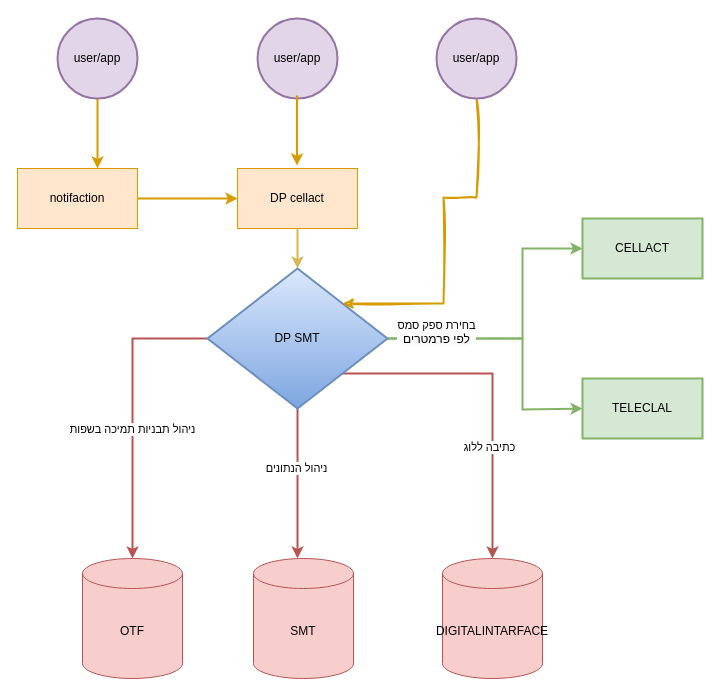
Before: Untitled Diagram.drawio in racheliWeiss/draw.io, a draw.io diagram. Source tidied: cells renumbered, new cells numbered last; positions are measured from the earlier drawing's top-left corner, leaving out a move shared by most shapes. Both pictures are drawn from the tidied source at 100%, with x=0, y=0 at pixel (17, 18).
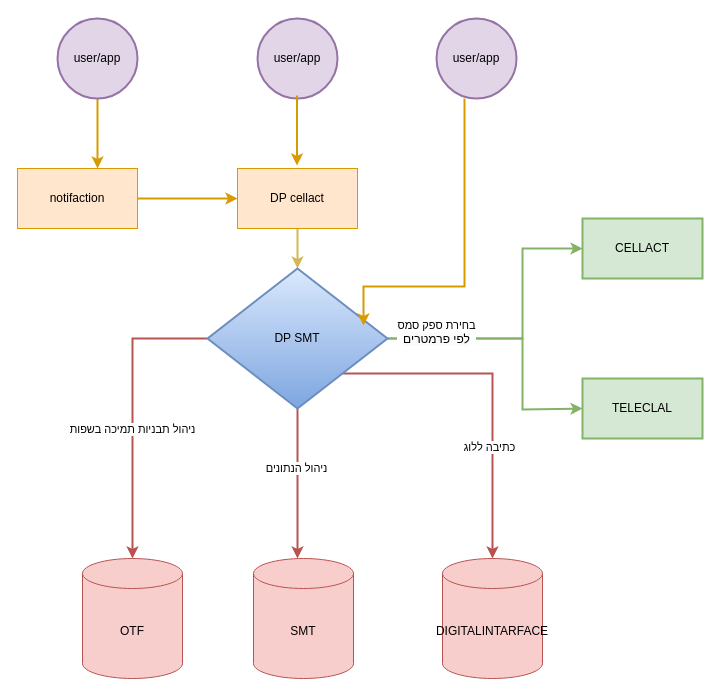
The same page after the edit.

The change refers to these unchanged cells:
```xml
<mxCell id="21" value="DP SMT" style="rhombus;whiteSpace=wrap;html=1;fillColor=#dae8fc;gradientColor=#7ea6e0;strokeColor=#6c8ebf;strokeWidth=2;" parent="1" vertex="1">
  <mxGeometry x="190" y="250" width="180" height="140" as="geometry" />
</mxCell>
<mxCell id="25" value="user/app" style="ellipse;whiteSpace=wrap;html=1;fillColor=#e1d5e7;strokeColor=#9673a6;strokeWidth=2;" parent="1" vertex="1">
  <mxGeometry x="419" width="80" height="80" as="geometry" />
</mxCell>
```

The edit, as a diff of the source:
```diff
@@
-    <mxCell id="24" style="edgeStyle=orthogonalEdgeStyle;rounded=0;sketch=1;hachureGap=4;jiggle=2;curveFitting=1;jettySize=auto;html=1;fontFamily=Architects Daughter;fontSize=16;entryX=1;entryY=0;entryDx=0;entryDy=0;strokeWidth=2;fillColor=#fff2cc;strokeColor=#D79B00;" parent="1" edge="1" source="25" target="21">
-      <mxGeometry relative="1" as="geometry">
-        <Array as="points">
-          <mxPoint x="459" y="179" />
-          <mxPoint x="426" y="179" />
-          <mxPoint x="426" y="285" />
-        </Array>
-      </mxGeometry>
-    </mxCell>
@@
+    <mxCell id="27" style="edgeStyle=orthogonalEdgeStyle;rounded=0;orthogonalLoop=1;jettySize=auto;html=1;strokeWidth=2;fillColor=#ffcd28;gradientColor=#ffa500;strokeColor=#d79b00;entryX=0.928;entryY=0.386;entryDx=0;entryDy=0;entryPerimeter=0;" parent="1" edge="1">
+      <mxGeometry relative="1" as="geometry">
+        <mxPoint x="447" y="80" as="sourcePoint" />
+        <mxPoint x="346" y="307" as="targetPoint" />
+        <Array as="points">
+          <mxPoint x="447" y="80" />
+          <mxPoint x="447" y="268" />
+          <mxPoint x="346" y="268" />
+        </Array>
+      </mxGeometry>
+    </mxCell>
```
